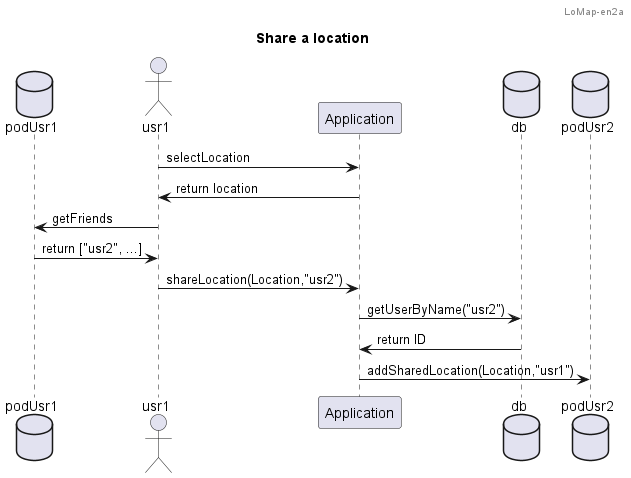
Earlier version of the PlantUML export images/Share a location with friends.png (Arquisoft/lomap_en2a).
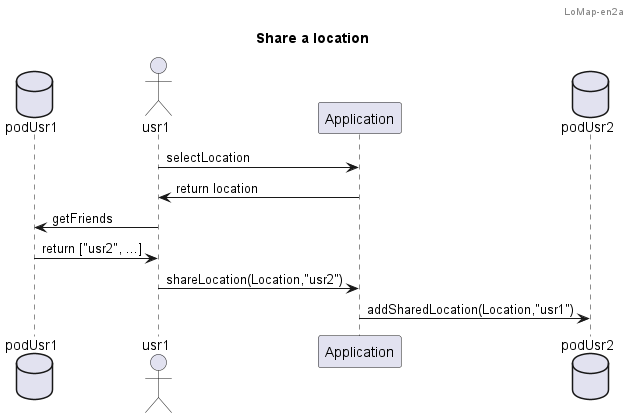
The same diagram one commit later.

What changed in the source:
```diff
@@ -12,10 +12,6 @@
 usr1 -> podUsr1 : getFriends
 podUsr1 ->usr1 : return ["usr2", ...]
 usr1 -> Application : shareLocation(Location,"usr2")
-database db
-Application -> db : getUserByName("usr2")
-db -> Application : return ID
-
 database podUsr2
 Application -> podUsr2 : addSharedLocation(Location,"usr1")
 
```
